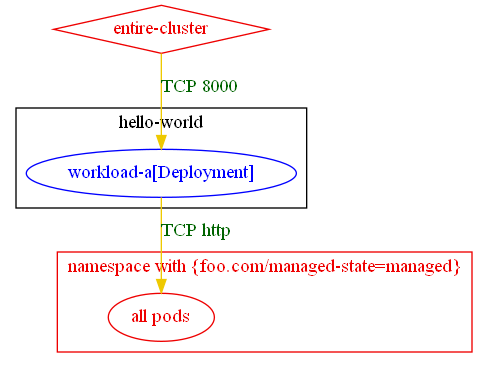
This is test_outputs/connlist/exposure_test_egress_exposure_with_named_port_connlist_output.dot.png from np-guard/netpol-analyzer, a Graphviz export, as it was before one commit. Its source is kept beside it as test_outputs/connlist/exposure_test_egress_exposure_with_named_port_connlist_output.dot.
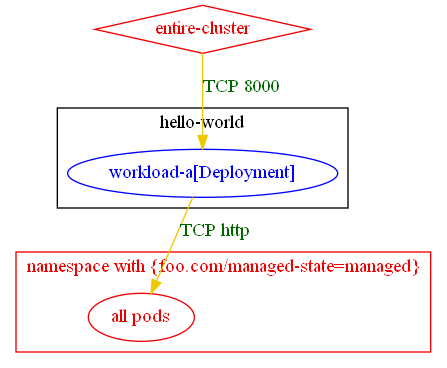
After the commit.

What changed in the source:
```diff
@@ -12,6 +12,6 @@
 		label="namespace with {foo.com/managed-state=managed}"
 	}
 	"entire-cluster" [label="entire-cluster" color="red2" fontcolor="red2" shape=diamond]
-	"entire-cluster" -> "hello-world/workload-a[Deployment]" [label="TCP 8000" color="gold2" fontcolor="darkgreen"]
-	"hello-world/workload-a[Deployment]" -> "all pods_in_namespace with {foo.com/managed-state=managed}" [label="TCP http" color="gold2" fontcolor="darkgreen"]
+	"entire-cluster" -> "hello-world/workload-a[Deployment]" [label="TCP 8000" color="gold2" fontcolor="darkgreen" weight=1]
+	"hello-world/workload-a[Deployment]" -> "all pods_in_namespace with {foo.com/managed-state=managed}" [label="TCP http" color="gold2" fontcolor="darkgreen" weight=0.5]
 }
```
